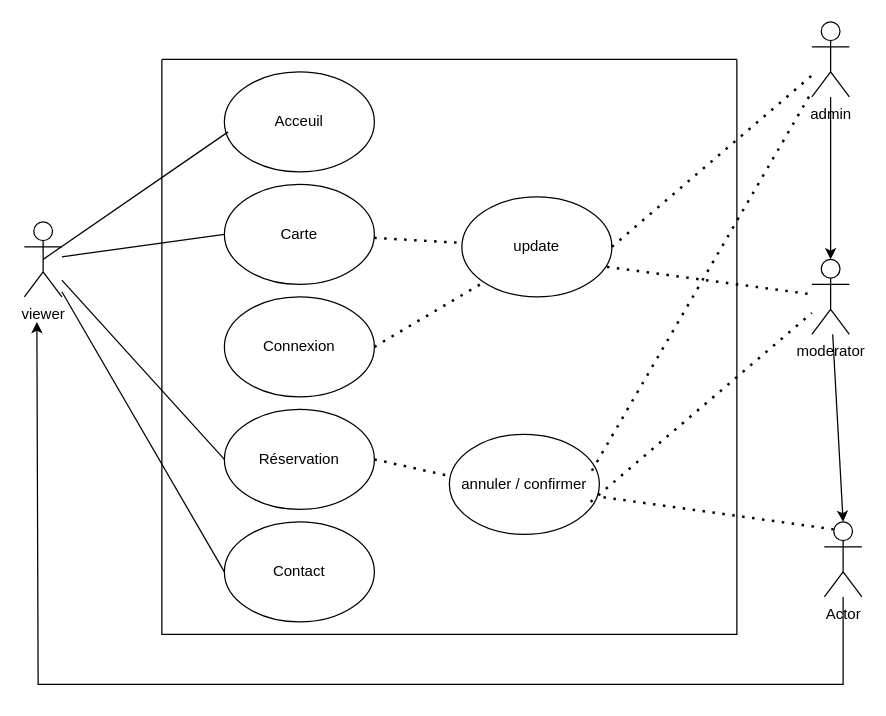
The draw.io diagram Diagramme sans nom.drawio in taketomi001/dossier, before the edit. Source tidied: cells renumbered, new cells numbered last; positions are measured from the earlier drawing's top-left corner, leaving out a move shared by most shapes. Both pictures are drawn from the tidied source at 125%, with x=0, y=0 at pixel (24, 21).
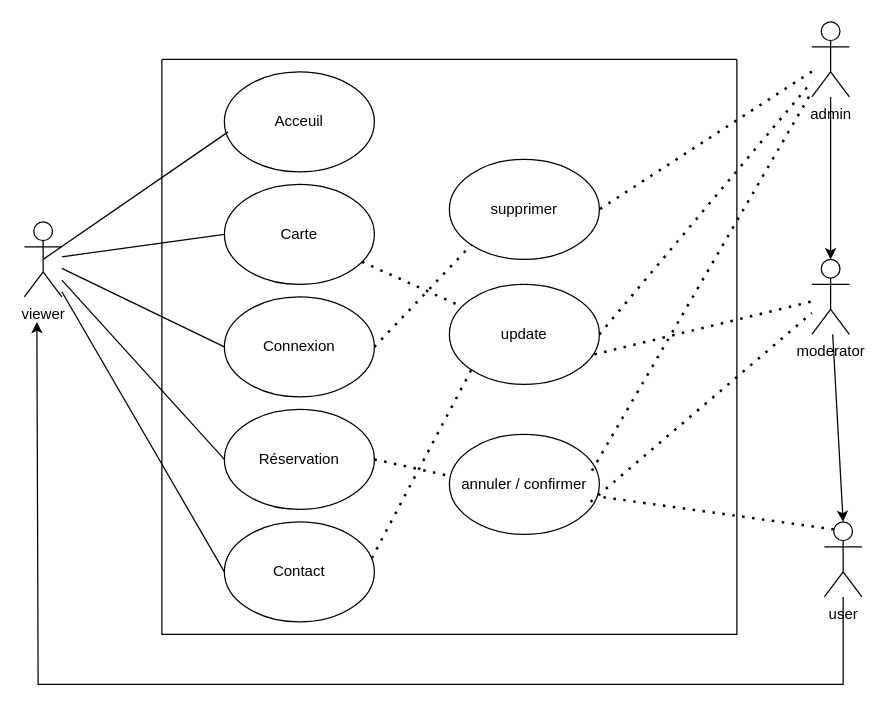
After the change.

Commit message (it also covers changes not shown here):
Mettre à jour Diagramme sans nom.drawio

Unchanged cells that the change refers to:
```xml
<mxCell id="2" style="swimlane;startSize=0;" parent="1" vertex="1">
  <mxGeometry x="110" y="30" width="460" height="460" as="geometry" />
</mxCell>
<mxCell id="5" value="Contact" style="ellipse;whiteSpace=wrap;html=1;" parent="2" vertex="1">
  <mxGeometry x="50" y="370" width="120" height="80" as="geometry" />
</mxCell>
<mxCell id="8" value="Connexion" style="ellipse;whiteSpace=wrap;html=1;" parent="2" vertex="1">
  <mxGeometry x="50" y="190" width="120" height="80" as="geometry" />
</mxCell>
<mxCell id="14" value="viewer" style="shape=umlActor;verticalLabelPosition=bottom;verticalAlign=top;html=1;outlineConnect=0;" parent="1" vertex="1">
  <mxGeometry y="160" width="30" height="60" as="geometry" />
</mxCell>
<mxCell id="22" value="admin" style="shape=umlActor;verticalLabelPosition=bottom;verticalAlign=top;html=1;outlineConnect=0;" parent="1" vertex="1">
  <mxGeometry x="630" width="30" height="60" as="geometry" />
</mxCell>
```

What changed in the source:
```diff
@@
     <mxCell id="4" value="update" style="ellipse;whiteSpace=wrap;html=1;" parent="2" vertex="1">
-      <mxGeometry x="240" y="110" width="120" height="80" as="geometry" />
+      <mxGeometry x="230" y="180" width="120" height="80" as="geometry" />
     </mxCell>
@@
-    <mxCell id="12" style="endArrow=none;dashed=1;html=1;dashPattern=1 3;strokeWidth=2;rounded=0;entryX=0;entryY=1;entryDx=0;entryDy=0;exitX=1;exitY=0.5;exitDx=0;exitDy=0;" parent="2" edge="1" source="8" target="4">
+    <mxCell id="12" style="endArrow=none;dashed=1;html=1;dashPattern=1 3;strokeWidth=2;rounded=0;entryX=0;entryY=1;entryDx=0;entryDy=0;exitX=1;exitY=0.5;exitDx=0;exitDy=0;" parent="2" edge="1" source="8" target="30">
       <mxGeometry relative="1" as="geometry" />
     </mxCell>
+    <mxCell id="29" style="endArrow=none;dashed=1;html=1;dashPattern=1 3;strokeWidth=2;rounded=0;entryX=0;entryY=1;entryDx=0;entryDy=0;exitX=0.983;exitY=0.363;exitDx=0;exitDy=0;exitPerimeter=0;" parent="2" edge="1" source="5" target="4">
+      <mxGeometry relative="1" as="geometry" />
+    </mxCell>
+    <mxCell id="30" value="supprimer" style="ellipse;whiteSpace=wrap;html=1;" parent="2" vertex="1">
+      <mxGeometry x="230" y="80" width="120" height="80" as="geometry" />
+    </mxCell>
@@
-    <mxCell id="19" value="Actor" style="shape=umlActor;verticalLabelPosition=bottom;verticalAlign=top;html=1;outlineConnect=0;" parent="1" vertex="1">
+    <mxCell id="19" value="user" style="shape=umlActor;verticalLabelPosition=bottom;verticalAlign=top;html=1;outlineConnect=0;" parent="1" vertex="1">
       <mxGeometry x="640" y="400" width="30" height="60" as="geometry" />
     </mxCell>
@@
+    <mxCell id="31" style="endArrow=none;html=1;rounded=0;entryX=0;entryY=0.5;entryDx=0;entryDy=0;" parent="1" edge="1" source="14" target="8">
+      <mxGeometry relative="1" as="geometry" />
+    </mxCell>
+    <mxCell id="32" style="endArrow=none;dashed=1;html=1;dashPattern=1 3;strokeWidth=2;rounded=0;entryX=1;entryY=0.5;entryDx=0;entryDy=0;" parent="1" edge="1" source="22" target="30">
+      <mxGeometry relative="1" as="geometry" />
+    </mxCell>
```
